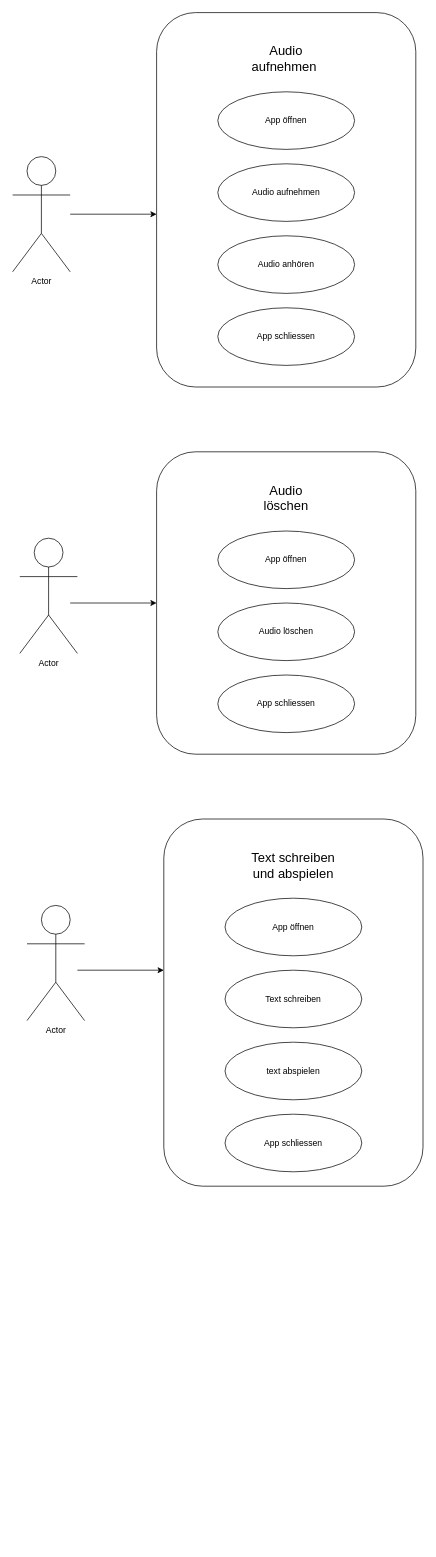
The draw.io diagram Documentation/Anwendungsfalldiagramm/Anwendungsfalldiagramm.drawio in evanlueber/M335_Project, before the edit. Source tidied: cells renumbered, new cells numbered last; positions are measured from the earlier drawing's top-left corner, leaving out a move shared by most shapes. Both pictures are drawn from the tidied source at 72%, with x=0, y=0 at pixel (12, 12).
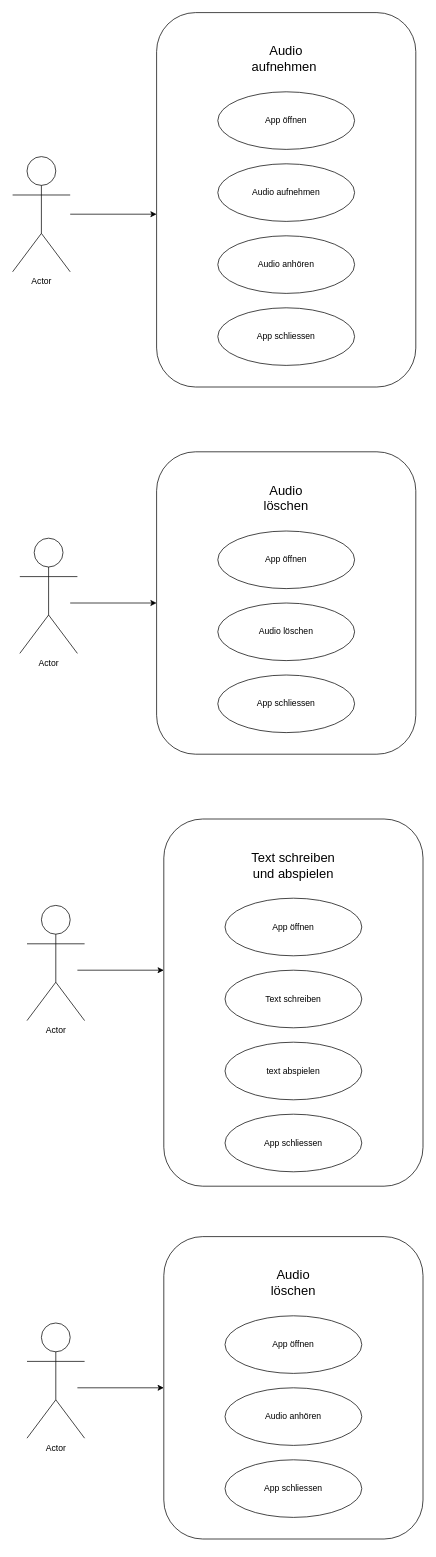
The same diagram, later.

Diff of the diagram source:
```diff
@@
+    <mxCell id="27" style="rounded=1;whiteSpace=wrap;html=1;" parent="1" vertex="1">
+      <mxGeometry x="210" y="1700" width="360" height="420" as="geometry" />
+    </mxCell>
+    <mxCell id="28" value="Actor" style="shape=umlActor;verticalLabelPosition=bottom;verticalAlign=top;html=1;" parent="1" vertex="1">
+      <mxGeometry x="20" y="1820" width="80" height="160" as="geometry" />
+    </mxCell>
+    <mxCell id="29" style="endArrow=classic;html=1;rounded=0;" parent="1" edge="1">
+      <mxGeometry relative="1" as="geometry">
+        <mxPoint x="90" y="1910" as="sourcePoint" />
+        <mxPoint x="210" y="1910" as="targetPoint" />
+      </mxGeometry>
+    </mxCell>
+    <mxCell id="30" value="App öffnen" style="ellipse;whiteSpace=wrap;html=1;" parent="1" vertex="1">
+      <mxGeometry x="295" y="1810" width="190" height="80" as="geometry" />
+    </mxCell>
+    <mxCell id="31" value="Audio anhören" style="ellipse;whiteSpace=wrap;html=1;" parent="1" vertex="1">
+      <mxGeometry x="295" y="1910" width="190" height="80" as="geometry" />
+    </mxCell>
+    <mxCell id="32" value="App schliessen" style="ellipse;whiteSpace=wrap;html=1;" parent="1" vertex="1">
+      <mxGeometry x="295" y="2010" width="190" height="80" as="geometry" />
+    </mxCell>
+    <mxCell id="33" value="&lt;font style=&quot;font-size: 18px;&quot;&gt;Audio löschen&lt;/font&gt;" style="text;html=1;align=center;verticalAlign=middle;whiteSpace=wrap;rounded=0;" parent="1" vertex="1">
+      <mxGeometry x="360" y="1750" width="60" height="30" as="geometry" />
+    </mxCell>
+    <mxCell id="34" style="edgeStyle=orthogonalEdgeStyle;rounded=0;orthogonalLoop=1;jettySize=auto;html=1;exitX=0.5;exitY=1;exitDx=0;exitDy=0;" parent="1" edge="1" source="27" target="27">
+      <mxGeometry relative="1" as="geometry" />
+    </mxCell>
```
